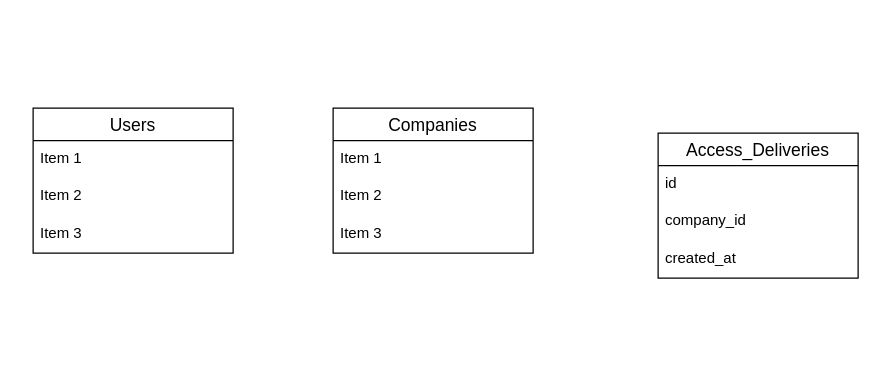
Earlier version of the draw.io diagram Untitled Diagram.drawio (EwertonBello/SafeFoods). Source tidied: cells renumbered, new cells numbered last; positions are measured from the earlier drawing's top-left corner, leaving out a move shared by most shapes. Both pictures are drawn from the tidied source at 125%, with x=0, y=0 at pixel (32, 108).
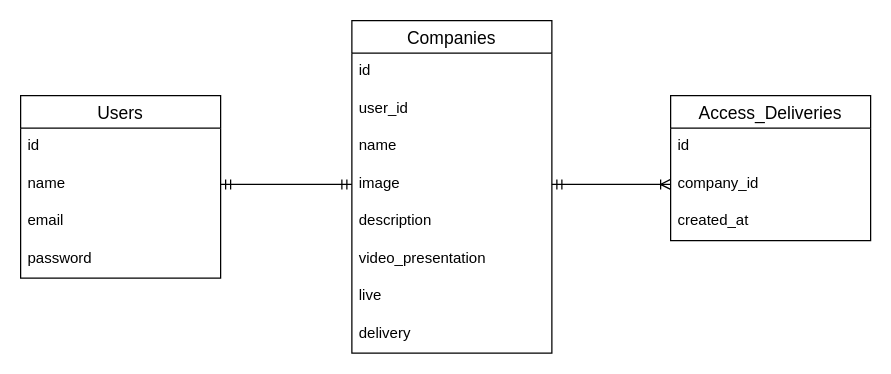
Above is the later version.

Commit message:
Relationship finished

The change refers to these unchanged cells:
```xml
<mxCell id="12" value="company_id" style="text;strokeColor=none;fillColor=none;spacingLeft=4;spacingRight=4;overflow=hidden;points=[[0,0.5],[1,0.5]];portConstraint=eastwest;fontSize=12;" parent="10" vertex="1">
  <mxGeometry y="56" width="160" height="30" as="geometry" />
</mxCell>
```

Diff of the diagram source:
```diff
@@
     <mxCell id="2" value="Users" style="swimlane;fontStyle=0;horizontal=1;startSize=26;align=center;fontSize=14;" parent="1" vertex="1">
-      <mxGeometry width="160" height="116" as="geometry" />
+      <mxGeometry x="-10" y="-10" width="160" height="146" as="geometry" />
     </mxCell>
-    <mxCell id="3" value="Item 1" style="text;strokeColor=none;fillColor=none;spacingLeft=4;spacingRight=4;overflow=hidden;fontSize=12;" parent="2" vertex="1">
+    <mxCell id="3" value="id" style="text;strokeColor=none;fillColor=none;spacingLeft=4;spacingRight=4;overflow=hidden;fontSize=12;" parent="2" vertex="1">
       <mxGeometry y="26" width="160" height="30" as="geometry" />
     </mxCell>
-    <mxCell id="4" value="Item 2" style="text;strokeColor=none;fillColor=none;spacingLeft=4;spacingRight=4;overflow=hidden;points=[[0,0.5],[1,0.5]];portConstraint=eastwest;fontSize=12;" parent="2" vertex="1">
+    <mxCell id="4" value="name" style="text;strokeColor=none;fillColor=none;spacingLeft=4;spacingRight=4;overflow=hidden;points=[[0,0.5],[1,0.5]];portConstraint=eastwest;fontSize=12;" parent="2" vertex="1">
       <mxGeometry y="56" width="160" height="30" as="geometry" />
     </mxCell>
-    <mxCell id="5" value="Item 3" style="text;strokeColor=none;fillColor=none;spacingLeft=4;spacingRight=4;overflow=hidden;fontSize=12;" parent="2" vertex="1">
+    <mxCell id="5" value="email" style="text;strokeColor=none;fillColor=none;spacingLeft=4;spacingRight=4;overflow=hidden;fontSize=12;" parent="2" vertex="1">
       <mxGeometry y="86" width="160" height="30" as="geometry" />
     </mxCell>
+    <mxCell id="14" value="password" style="text;strokeColor=none;fillColor=none;spacingLeft=4;spacingRight=4;overflow=hidden;fontSize=12;" parent="2" vertex="1">
+      <mxGeometry y="116" width="160" height="30" as="geometry" />
+    </mxCell>
     <mxCell id="6" value="Companies" style="swimlane;fontStyle=0;horizontal=1;startSize=26;align=center;fontSize=14;" parent="1" vertex="1">
-      <mxGeometry x="240" width="160" height="116" as="geometry" />
+      <mxGeometry x="255" y="-70" width="160" height="266" as="geometry" />
     </mxCell>
-    <mxCell id="7" value="Item 1" style="text;strokeColor=none;fillColor=none;spacingLeft=4;spacingRight=4;overflow=hidden;fontSize=12;" parent="6" vertex="1">
+    <mxCell id="7" value="id" style="text;strokeColor=none;fillColor=none;spacingLeft=4;spacingRight=4;overflow=hidden;fontSize=12;" parent="6" vertex="1">
       <mxGeometry y="26" width="160" height="30" as="geometry" />
     </mxCell>
-    <mxCell id="8" value="Item 2" style="text;strokeColor=none;fillColor=none;spacingLeft=4;spacingRight=4;overflow=hidden;fontSize=12;" parent="6" vertex="1">
+    <mxCell id="8" value="user_id" style="text;strokeColor=none;fillColor=none;spacingLeft=4;spacingRight=4;overflow=hidden;fontSize=12;" parent="6" vertex="1">
       <mxGeometry y="56" width="160" height="30" as="geometry" />
     </mxCell>
-    <mxCell id="9" value="Item 3" style="text;strokeColor=none;fillColor=none;spacingLeft=4;spacingRight=4;overflow=hidden;fontSize=12;" parent="6" vertex="1">
+    <mxCell id="9" value="name" style="text;strokeColor=none;fillColor=none;spacingLeft=4;spacingRight=4;overflow=hidden;fontSize=12;" parent="6" vertex="1">
       <mxGeometry y="86" width="160" height="30" as="geometry" />
     </mxCell>
+    <mxCell id="15" value="image" style="text;strokeColor=none;fillColor=none;spacingLeft=4;spacingRight=4;overflow=hidden;points=[[0,0.5],[1,0.5]];portConstraint=eastwest;fontSize=12;" parent="6" vertex="1">
+      <mxGeometry y="116" width="160" height="30" as="geometry" />
+    </mxCell>
+    <mxCell id="16" value="description" style="text;strokeColor=none;fillColor=none;spacingLeft=4;spacingRight=4;overflow=hidden;fontSize=12;" parent="6" vertex="1">
+      <mxGeometry y="146" width="160" height="30" as="geometry" />
+    </mxCell>
+    <mxCell id="17" value="video_presentation" style="text;strokeColor=none;fillColor=none;spacingLeft=4;spacingRight=4;overflow=hidden;fontSize=12;" parent="6" vertex="1">
+      <mxGeometry y="176" width="160" height="30" as="geometry" />
+    </mxCell>
+    <mxCell id="18" value="live" style="text;strokeColor=none;fillColor=none;spacingLeft=4;spacingRight=4;overflow=hidden;fontSize=12;" parent="6" vertex="1">
+      <mxGeometry y="206" width="160" height="30" as="geometry" />
+    </mxCell>
+    <mxCell id="19" value="delivery" style="text;strokeColor=none;fillColor=none;spacingLeft=4;spacingRight=4;overflow=hidden;fontSize=12;" parent="6" vertex="1">
+      <mxGeometry y="236" width="160" height="30" as="geometry" />
+    </mxCell>
     <mxCell id="10" value="Access_Deliveries" style="swimlane;fontStyle=0;horizontal=1;startSize=26;align=center;fontSize=14;" parent="1" vertex="1">
-      <mxGeometry x="500" y="20" width="160" height="116" as="geometry" />
+      <mxGeometry x="510" y="-10" width="160" height="116" as="geometry" />
     </mxCell>
@@
+    <mxCell id="20" style="edgeStyle=entityRelationEdgeStyle;fontSize=12;html=1;endArrow=ERmandOne;startArrow=ERmandOne;entryX=0;entryY=0.5;entryDx=0;entryDy=0;exitX=1;exitY=0.5;exitDx=0;exitDy=0;" parent="1" edge="1" source="4" target="15">
+      <mxGeometry relative="1" as="geometry" />
+    </mxCell>
+    <mxCell id="21" style="edgeStyle=entityRelationEdgeStyle;fontSize=12;html=1;endArrow=ERoneToMany;startArrow=ERmandOne;entryX=0;entryY=0.5;entryDx=0;entryDy=0;exitX=1;exitY=0.5;exitDx=0;exitDy=0;" parent="1" edge="1" source="15" target="12">
+      <mxGeometry relative="1" as="geometry" />
+    </mxCell>
```
